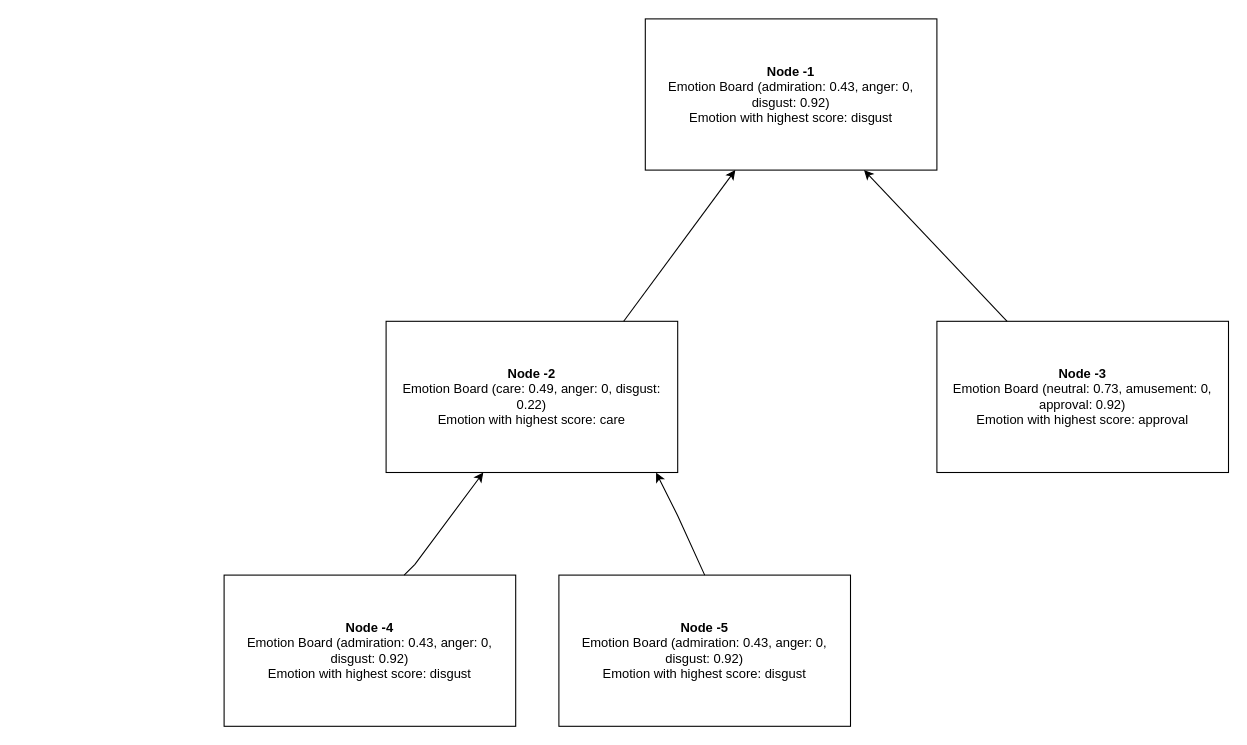
This is Untitled Diagram.drawio from akritikts/Human-Allied-AI, a draw.io file, before an edit. Source tidied: cells renumbered, new cells numbered last; positions are measured from the earlier drawing's top-left corner, leaving out a move shared by most shapes. Both pictures are drawn from the tidied source at 108%, with x=0, y=0 at pixel (224, 18).
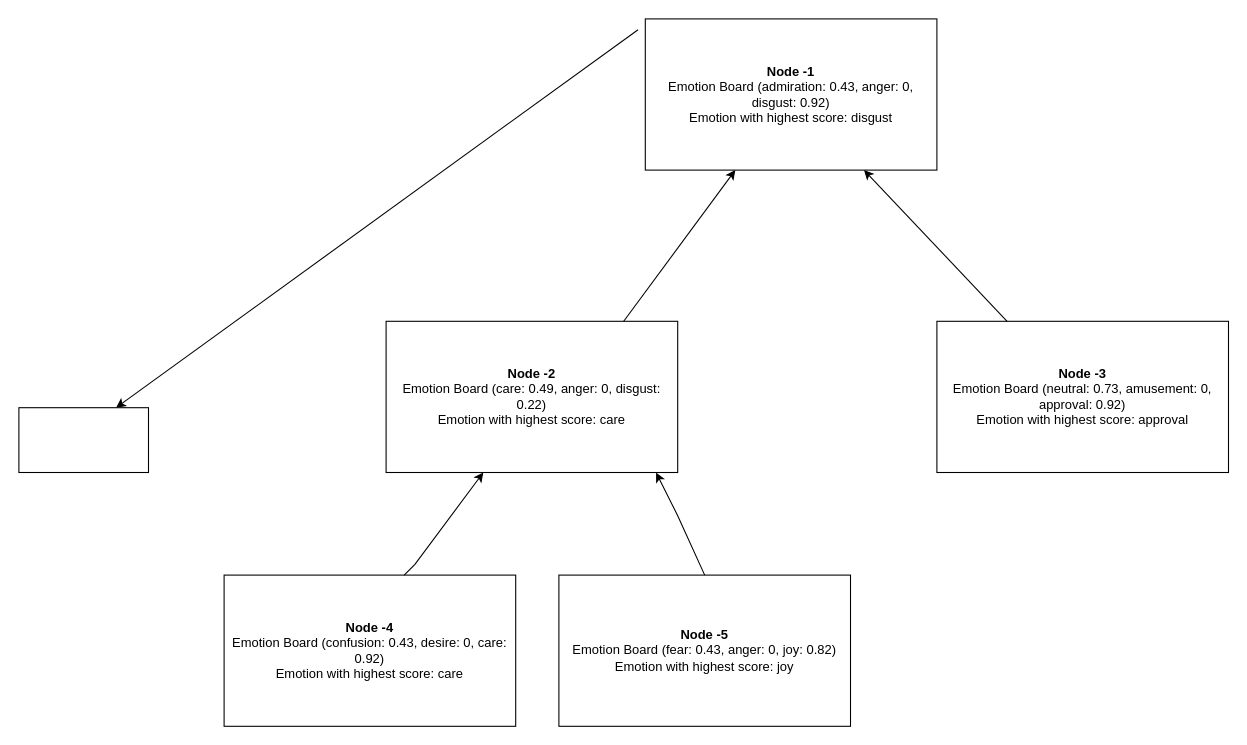
After the change.

What changed in the source:
```diff
@@
 <mxGraphModel>
   <root>
     <mxCell id="0" />
     <mxCell id="1" parent="0" />
     <mxCell id="2" value="&lt;b&gt;Node -1&lt;br&gt;&lt;/b&gt;Emotion Board (admiration: 0.43, anger: 0, disgust: 0.92)&lt;br&gt;Emotion with highest score: disgust" style="rounded=0;whiteSpace=wrap;html=1;" parent="1" vertex="1">
       <mxGeometry x="390" width="270" height="140" as="geometry" />
     </mxCell>
     <mxCell id="3" value="&lt;b&gt;Node -3&lt;br&gt;&lt;/b&gt;Emotion Board (neutral: 0.73, amusement: 0, approval: 0.92)&lt;br&gt;Emotion with highest score: approval" style="rounded=0;whiteSpace=wrap;html=1;" parent="1" vertex="1">
       <mxGeometry x="660" y="280" width="270" height="140" as="geometry" />
     </mxCell>
     <mxCell id="4" value="&lt;b&gt;Node -2&lt;br&gt;&lt;/b&gt;Emotion Board (care: 0.49, anger: 0, disgust: 0.22)&lt;br&gt;Emotion with highest score: care" style="rounded=0;whiteSpace=wrap;html=1;" parent="1" vertex="1">
       <mxGeometry x="150" y="280" width="270" height="140" as="geometry" />
     </mxCell>
-    <mxCell id="5" value="&lt;b&gt;Node -4&lt;br&gt;&lt;/b&gt;Emotion Board (admiration: 0.43, anger: 0, disgust: 0.92)&lt;br&gt;Emotion with highest score: disgust" style="rounded=0;whiteSpace=wrap;html=1;" parent="1" vertex="1">
+    <mxCell id="5" value="&lt;b&gt;Node -4&lt;br&gt;&lt;/b&gt;Emotion Board (confusion: 0.43, desire: 0, care: 0.92)&lt;br&gt;Emotion with highest score: care" style="rounded=0;whiteSpace=wrap;html=1;" parent="1" vertex="1">
       <mxGeometry y="515" width="270" height="140" as="geometry" />
     </mxCell>
-    <mxCell id="6" value="&lt;b&gt;Node -5&lt;br&gt;&lt;/b&gt;Emotion Board (admiration: 0.43, anger: 0, disgust: 0.92)&lt;br&gt;Emotion with highest score: disgust" style="rounded=0;whiteSpace=wrap;html=1;" parent="1" vertex="1">
+    <mxCell id="6" value="&lt;b&gt;Node -5&lt;br&gt;&lt;/b&gt;Emotion Board (fear: 0.43, anger: 0, joy: 0.82)&lt;br&gt;Emotion with highest score: joy" style="rounded=0;whiteSpace=wrap;html=1;" parent="1" vertex="1">
       <mxGeometry x="310" y="515" width="270" height="140" as="geometry" />
     </mxCell>
     <mxCell id="7" style="endArrow=classic;html=1;rounded=0;" parent="1" edge="1" target="2">
       <mxGeometry relative="1" as="geometry">
         <mxPoint x="370" y="280" as="sourcePoint" />
       </mxGeometry>
     </mxCell>
     <mxCell id="8" style="endArrow=classic;html=1;rounded=0;" parent="1" edge="1">
       <mxGeometry relative="1" as="geometry">
         <mxPoint x="166.7" y="515" as="sourcePoint" />
         <mxPoint x="240" y="420" as="targetPoint" />
         <Array as="points">
           <mxPoint x="176.7" y="505" />
         </Array>
       </mxGeometry>
     </mxCell>
     <mxCell id="9" style="endArrow=classic;html=1;rounded=0;exitX=0.5;exitY=0;exitDx=0;exitDy=0;" parent="1" edge="1" source="6">
       <mxGeometry relative="1" as="geometry">
         <mxPoint x="400" y="420" as="targetPoint" />
         <Array as="points">
           <mxPoint x="420" y="460" />
         </Array>
       </mxGeometry>
     </mxCell>
     <mxCell id="10" style="endArrow=classic;html=1;rounded=0;exitX=0.5;exitY=0;exitDx=0;exitDy=0;entryX=0.75;entryY=1;entryDx=0;entryDy=0;" parent="1" edge="1" target="2">
       <mxGeometry relative="1" as="geometry">
         <mxPoint x="725" y="280" as="sourcePoint" />
       </mxGeometry>
     </mxCell>
+    <mxCell id="11" style="endArrow=classic;html=1;rounded=0;" parent="1" edge="1">
+      <mxGeometry relative="1" as="geometry">
+        <mxPoint x="383.3" y="10" as="sourcePoint" />
+        <mxPoint x="-100" y="360" as="targetPoint" />
+      </mxGeometry>
+    </mxCell>
+    <mxCell id="12" style="rounded=0;whiteSpace=wrap;html=1;" parent="1" vertex="1">
+      <mxGeometry x="-190" y="360" width="120" height="60" as="geometry" />
+    </mxCell>
   </root>
 </mxGraphModel>
```
